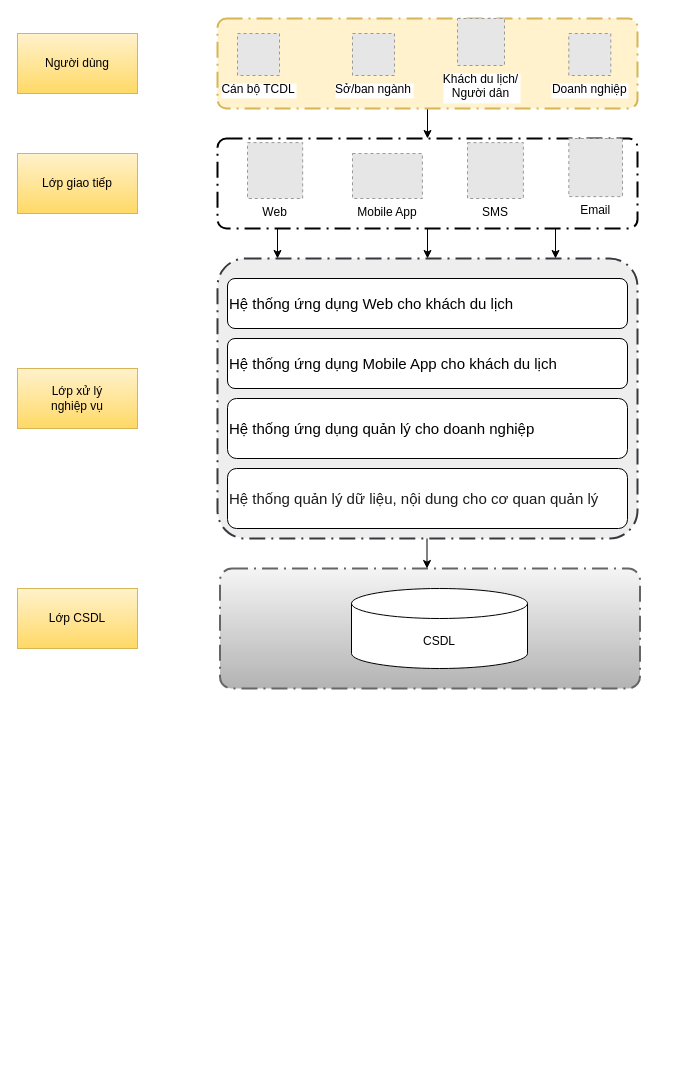
Earlier version of the draw.io diagram page "DU_LICH_THONG_MINH" (4 of 5) of so-do-draw/Untitled Diagram.drawio (letheanh12345/Draw-io). Source tidied: cells renumbered, new cells numbered last; positions are measured from the earlier drawing's top-left corner, leaving out a move shared by most shapes. Both pictures are drawn from the tidied source at 100%, with x=0, y=0 at pixel (17, 18). Pictures stored in the file or linked from it are replaced by grey dashed boxes.
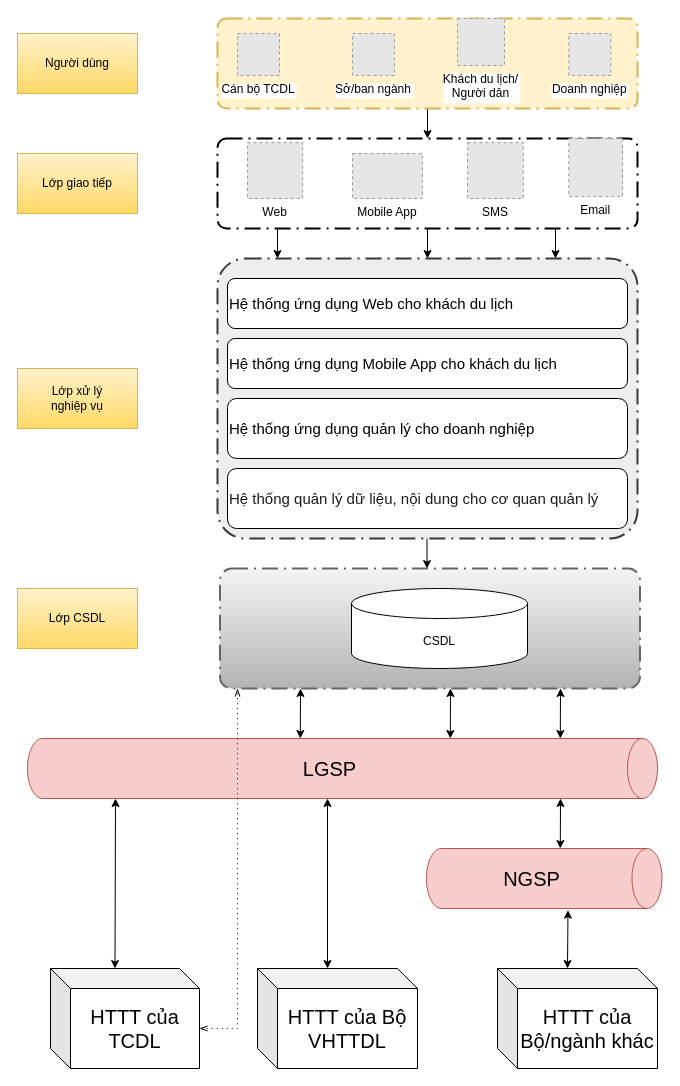
The same diagram, later.

What changed in the source:
```diff
@@
+    <mxCell id="28" value="&lt;font style=&quot;font-size: 20px;&quot;&gt;LGSP&lt;/font&gt;" style="shape=cylinder3;whiteSpace=wrap;html=1;boundedLbl=1;backgroundOutline=1;size=15;direction=south;fillColor=#f8cecc;strokeColor=#b85450;" parent="1" vertex="1">
+      <mxGeometry x="10" y="720" width="630" height="60" as="geometry" />
+    </mxCell>
+    <mxCell id="29" value="HTTT của TCDL" style="shape=cube;whiteSpace=wrap;html=1;boundedLbl=1;backgroundOutline=1;darkOpacity=0.05;darkOpacity2=0.1;fontSize=20;" parent="1" vertex="1">
+      <mxGeometry x="33" y="950" width="149" height="100" as="geometry" />
+    </mxCell>
+    <mxCell id="30" value="HTTT của Bộ VHTTDL" style="shape=cube;whiteSpace=wrap;html=1;boundedLbl=1;backgroundOutline=1;darkOpacity=0.05;darkOpacity2=0.1;fontSize=20;" parent="1" vertex="1">
+      <mxGeometry x="240" y="950" width="160" height="100" as="geometry" />
+    </mxCell>
+    <mxCell id="31" value="HTTT của Bộ/ngành khác" style="shape=cube;whiteSpace=wrap;html=1;boundedLbl=1;backgroundOutline=1;darkOpacity=0.05;darkOpacity2=0.1;fontSize=20;" parent="1" vertex="1">
+      <mxGeometry x="480" y="950" width="160" height="100" as="geometry" />
+    </mxCell>
+    <mxCell id="32" value="&lt;font style=&quot;font-size: 20px;&quot;&gt;NGSP&lt;/font&gt;" style="shape=cylinder3;whiteSpace=wrap;html=1;boundedLbl=1;backgroundOutline=1;size=15;direction=south;fillColor=#f8cecc;strokeColor=#b85450;" parent="1" vertex="1">
+      <mxGeometry x="408.9" y="830" width="235.6" height="60" as="geometry" />
+    </mxCell>
+    <mxCell id="33" style="endArrow=classic;startArrow=classic;html=1;rounded=0;fontSize=20;exitX=0.167;exitY=0.78;exitDx=0;exitDy=0;exitPerimeter=0;" parent="1" edge="1">
+      <mxGeometry relative="1" as="geometry">
+        <mxPoint x="282.8" y="720" as="sourcePoint" />
+        <mxPoint x="283" y="670" as="targetPoint" />
+      </mxGeometry>
+    </mxCell>
+    <mxCell id="34" style="endArrow=classic;startArrow=classic;html=1;rounded=0;fontSize=20;exitX=0.167;exitY=0.78;exitDx=0;exitDy=0;exitPerimeter=0;" parent="1" edge="1">
+      <mxGeometry relative="1" as="geometry">
+        <mxPoint x="432.8" y="720" as="sourcePoint" />
+        <mxPoint x="433" y="670" as="targetPoint" />
+      </mxGeometry>
+    </mxCell>
+    <mxCell id="35" style="endArrow=classic;startArrow=classic;html=1;rounded=0;fontSize=20;exitX=0.167;exitY=0.78;exitDx=0;exitDy=0;exitPerimeter=0;" parent="1" edge="1">
+      <mxGeometry relative="1" as="geometry">
+        <mxPoint x="542.8" y="720" as="sourcePoint" />
+        <mxPoint x="543" y="670" as="targetPoint" />
+      </mxGeometry>
+    </mxCell>
+    <mxCell id="36" style="endArrow=classic;startArrow=classic;html=1;rounded=0;fontSize=20;exitX=0.167;exitY=0.78;exitDx=0;exitDy=0;exitPerimeter=0;" parent="1" edge="1">
+      <mxGeometry relative="1" as="geometry">
+        <mxPoint x="542.8" y="830" as="sourcePoint" />
+        <mxPoint x="543" y="780" as="targetPoint" />
+      </mxGeometry>
+    </mxCell>
+    <mxCell id="37" style="endArrow=classic;startArrow=classic;html=1;rounded=0;fontSize=20;exitX=0;exitY=0;exitDx=70;exitDy=0;exitPerimeter=0;entryX=1.028;entryY=0.399;entryDx=0;entryDy=0;entryPerimeter=0;" parent="1" edge="1" source="31" target="32">
+      <mxGeometry relative="1" as="geometry" />
+    </mxCell>
+    <mxCell id="38" style="endArrow=classic;startArrow=classic;html=1;rounded=0;fontSize=20;exitX=0;exitY=0;exitDx=64.5;exitDy=0;exitPerimeter=0;" parent="1" edge="1" source="29">
+      <mxGeometry relative="1" as="geometry">
+        <mxPoint x="98" y="780" as="targetPoint" />
+      </mxGeometry>
+    </mxCell>
+    <mxCell id="39" style="endArrow=classic;startArrow=classic;html=1;rounded=0;fontSize=20;exitX=0;exitY=0;exitDx=70;exitDy=0;exitPerimeter=0;" parent="1" edge="1" source="30">
+      <mxGeometry relative="1" as="geometry">
+        <mxPoint x="310" y="780" as="targetPoint" />
+      </mxGeometry>
+    </mxCell>
+    <mxCell id="40" style="edgeStyle=elbowEdgeStyle;fontSize=12;html=1;endFill=0;startFill=0;endSize=6;startSize=6;dashed=1;dashPattern=1 4;endArrow=openThin;startArrow=openThin;rounded=0;exitX=0;exitY=0;exitDx=149;exitDy=60;exitPerimeter=0;entryX=0.125;entryY=1;entryDx=0;entryDy=0;entryPerimeter=0;" parent="1" edge="1" source="29">
+      <mxGeometry relative="1" as="geometry">
+        <mxPoint x="220" y="670" as="targetPoint" />
+        <Array as="points">
+          <mxPoint x="220" y="790" />
+          <mxPoint x="150" y="940" />
+        </Array>
+      </mxGeometry>
+    </mxCell>
```
